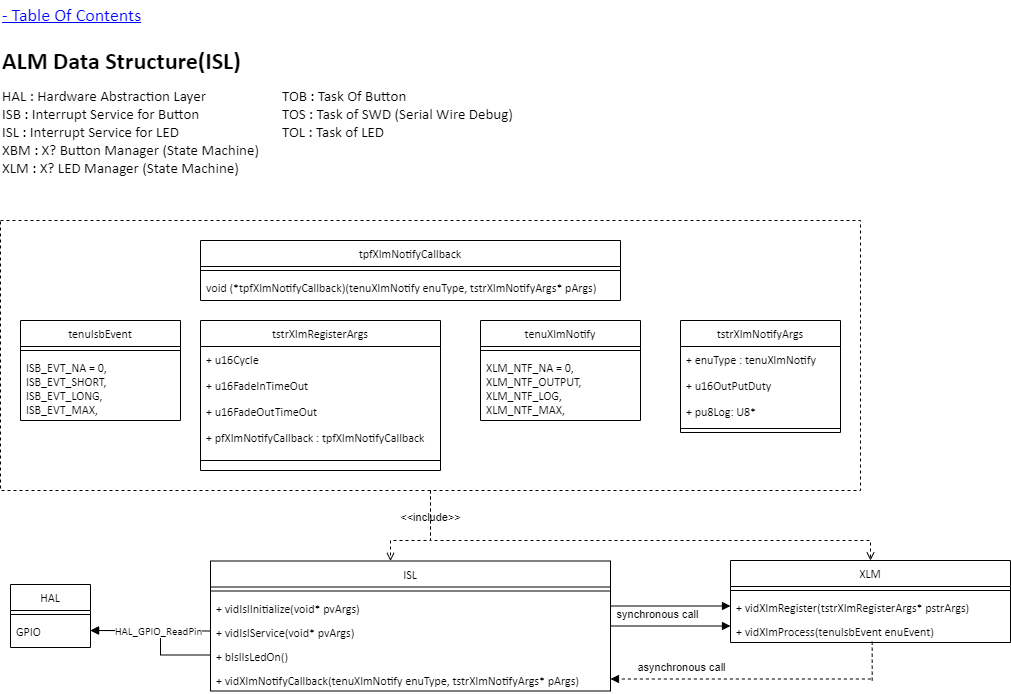
The draw.io diagram Resources/Part2/Part2_ALM_DataStructure_ISL.drawio.png in gtuja/CSC_MS, before a commit. Source tidied: cells renumbered, new cells last; positions are measured from the earlier drawing's top-left corner, leaving out a move shared by most shapes.
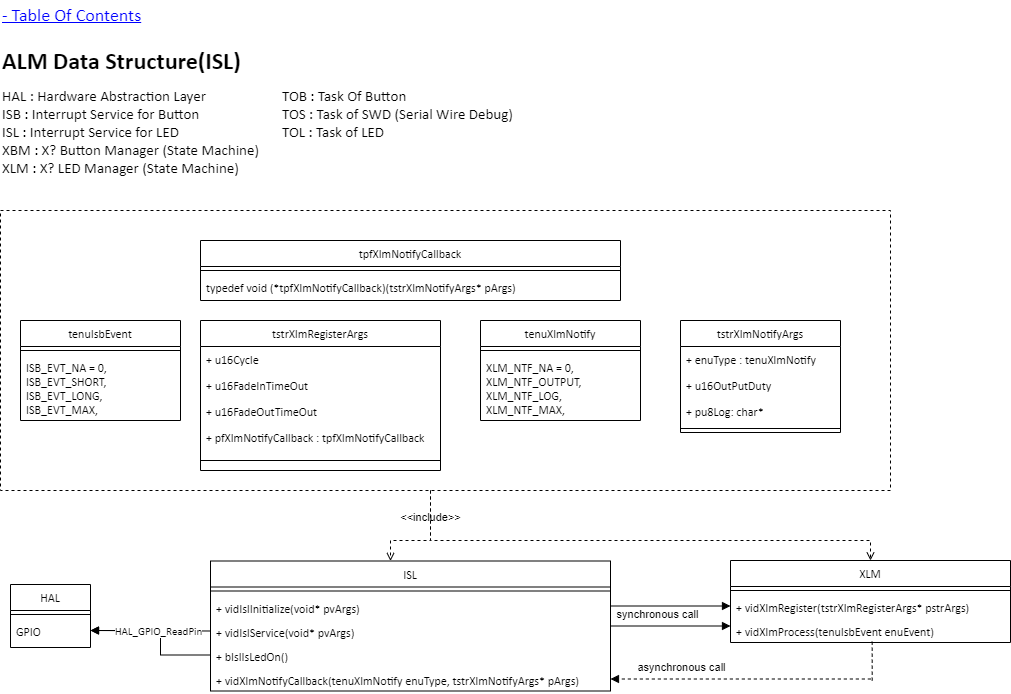
The same file after the commit.

What changed in the source:
```diff
@@ -74,7 +74,7 @@
     <mxCell id="25" value="+ u16OutPutDuty" style="text;align=left;verticalAlign=top;spacingLeft=4;spacingRight=4;overflow=hidden;rounded=0;shadow=0;html=0;fontFamily=Calibri;" parent="23" vertex="1">
       <mxGeometry y="52" width="160" height="26" as="geometry" />
     </mxCell>
-    <mxCell id="26" value="+ pu8Log: U8* " style="text;align=left;verticalAlign=top;spacingLeft=4;spacingRight=4;overflow=hidden;rounded=0;shadow=0;html=0;fontFamily=Calibri;" parent="23" vertex="1">
+    <mxCell id="26" value="+ pu8Log: char* " style="text;align=left;verticalAlign=top;spacingLeft=4;spacingRight=4;overflow=hidden;rounded=0;shadow=0;html=0;fontFamily=Calibri;" parent="23" vertex="1">
       <mxGeometry y="78" width="160" height="26" as="geometry" />
     </mxCell>
     <mxCell id="27" style="line;html=1;strokeWidth=1;align=left;verticalAlign=middle;spacingTop=-1;spacingLeft=3;spacingRight=3;labelPosition=right;fontFamily=Calibri;" parent="23" vertex="1">
@@ -104,7 +104,7 @@
     <mxCell id="35" style="line;html=1;strokeWidth=1;align=left;verticalAlign=middle;spacingTop=-1;spacingLeft=3;spacingRight=3;labelPosition=right;fontFamily=Calibri;" parent="34" vertex="1">
       <mxGeometry y="26" width="420" height="8" as="geometry" />
     </mxCell>
-    <mxCell id="36" value="void (*tpfXlmNotifyCallback)(tenuXlmNotify enuType, tstrXlmNotifyArgs* pArgs)" style="text;align=left;verticalAlign=top;spacingLeft=4;spacingRight=4;overflow=hidden;fontFamily=Calibri;" parent="34" vertex="1">
+    <mxCell id="36" value="typedef void (*tpfXlmNotifyCallback)(tstrXlmNotifyArgs* pArgs)" style="text;align=left;verticalAlign=top;spacingLeft=4;spacingRight=4;overflow=hidden;fontFamily=Calibri;" parent="34" vertex="1">
       <mxGeometry y="34" width="420" height="26" as="geometry" />
     </mxCell>
     <mxCell id="37" value="&amp;lt;&amp;lt;include&amp;gt;&amp;gt;" style="html=1;verticalAlign=bottom;labelBackgroundColor=none;endArrow=open;endFill=0;dashed=1;rounded=0;entryX=0.5;entryY=0;entryDx=0;entryDy=0;edgeStyle=orthogonalEdgeStyle;exitX=0.5;exitY=1;exitDx=0;exitDy=0;" parent="1" edge="1" target="12">
@@ -154,9 +154,6 @@
     <mxCell id="45" value="ISB_EVT_NA = 0,&#10;ISB_EVT_SHORT,&#10;ISB_EVT_LONG,&#10;ISB_EVT_MAX," style="text;align=left;verticalAlign=top;spacingLeft=4;spacingRight=4;overflow=hidden;fontFamily=Calibri;" parent="43" vertex="1">
       <mxGeometry y="34" width="160" height="66" as="geometry" />
     </mxCell>
-    <mxCell id="46" style="rounded=0;whiteSpace=wrap;html=1;fillColor=none;dashed=1;" parent="1" vertex="1">
-      <mxGeometry y="220" width="860" height="270" as="geometry" />
-    </mxCell>
     <mxCell id="47" style="html=1;verticalAlign=bottom;labelBackgroundColor=none;endArrow=block;endFill=1;rounded=0;exitX=0;exitY=0.5;exitDx=0;exitDy=0;entryX=1;entryY=0.5;entryDx=0;entryDy=0;fontFamily=Calibri;edgeStyle=orthogonalEdgeStyle;" parent="1" edge="1" source="10" target="18">
       <mxGeometry relative="1" as="geometry">
         <Array as="points">
@@ -176,5 +173,8 @@
         </Array>
       </mxGeometry>
     </mxCell>
+    <mxCell id="50" style="rounded=0;whiteSpace=wrap;html=1;fillColor=none;dashed=1;" parent="1" vertex="1">
+      <mxGeometry y="210" width="890" height="280" as="geometry" />
+    </mxCell>
   </root>
 </mxGraphModel>
```
